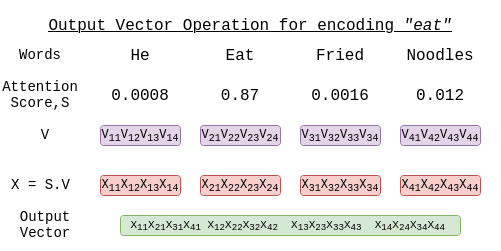
This is assets/images/attention_score.png from devennn/devennn.github.io, a draw.io export, as it was before one commit. Source tidied: cells renumbered, new cells last; positions are measured from the earlier drawing's top-left corner, leaving out a move shared by most shapes. The source it was exported from:
```xml
<mxGraphModel>
  <root>
    <mxCell id="0" />
    <mxCell id="1" parent="0" />
    <mxCell id="2" style="rounded=0;whiteSpace=wrap;html=1;strokeColor=none;" parent="1" vertex="1">
      <mxGeometry width="500" height="250" as="geometry" />
    </mxCell>
    <mxCell id="3" value="&lt;font style=&quot;font-size: 12px&quot; face=&quot;Courier New&quot;&gt;V&lt;sub&gt;11&lt;/sub&gt;&lt;/font&gt;&lt;font style=&quot;font-size: 12px&quot; face=&quot;Courier New&quot;&gt;V&lt;sub&gt;12&lt;/sub&gt;&lt;/font&gt;&lt;font style=&quot;font-size: 12px&quot; face=&quot;Courier New&quot;&gt;V&lt;sub&gt;13&lt;/sub&gt;&lt;/font&gt;&lt;font style=&quot;font-size: 12px&quot; face=&quot;Courier New&quot;&gt;V&lt;sub&gt;14&lt;/sub&gt;&lt;/font&gt;" style="rounded=1;whiteSpace=wrap;html=1;fillColor=#e1d5e7;strokeColor=#9673a6;" parent="1" vertex="1">
      <mxGeometry x="100" y="125" width="80" height="20" as="geometry" />
    </mxCell>
    <mxCell id="4" value="&lt;font style=&quot;font-size: 12px&quot; face=&quot;Courier New&quot;&gt;V&lt;sub&gt;21&lt;/sub&gt;&lt;/font&gt;&lt;font style=&quot;font-size: 12px&quot; face=&quot;Courier New&quot;&gt;V&lt;sub&gt;22&lt;/sub&gt;&lt;/font&gt;&lt;font style=&quot;font-size: 12px&quot; face=&quot;Courier New&quot;&gt;V&lt;sub&gt;23&lt;/sub&gt;&lt;/font&gt;&lt;font style=&quot;font-size: 12px&quot; face=&quot;Courier New&quot;&gt;V&lt;sub&gt;24&lt;/sub&gt;&lt;/font&gt;" style="rounded=1;whiteSpace=wrap;html=1;fillColor=#e1d5e7;strokeColor=#9673a6;" parent="1" vertex="1">
      <mxGeometry x="200" y="125" width="80" height="20" as="geometry" />
    </mxCell>
    <mxCell id="5" value="&lt;font style=&quot;font-size: 12px&quot; face=&quot;Courier New&quot;&gt;V&lt;sub&gt;31&lt;/sub&gt;&lt;/font&gt;&lt;font style=&quot;font-size: 12px&quot; face=&quot;Courier New&quot;&gt;V&lt;sub&gt;32&lt;/sub&gt;&lt;/font&gt;&lt;font style=&quot;font-size: 12px&quot; face=&quot;Courier New&quot;&gt;V&lt;sub&gt;33&lt;/sub&gt;&lt;/font&gt;&lt;font style=&quot;font-size: 12px&quot; face=&quot;Courier New&quot;&gt;V&lt;sub&gt;34&lt;/sub&gt;&lt;/font&gt;" style="rounded=1;whiteSpace=wrap;html=1;fillColor=#e1d5e7;strokeColor=#9673a6;" parent="1" vertex="1">
      <mxGeometry x="300" y="125" width="80" height="20" as="geometry" />
    </mxCell>
    <mxCell id="6" value="&lt;font style=&quot;font-size: 12px&quot; face=&quot;Courier New&quot;&gt;V&lt;sub&gt;41&lt;/sub&gt;&lt;/font&gt;&lt;font style=&quot;font-size: 12px&quot; face=&quot;Courier New&quot;&gt;V&lt;sub&gt;42&lt;/sub&gt;&lt;/font&gt;&lt;font style=&quot;font-size: 12px&quot; face=&quot;Courier New&quot;&gt;V&lt;sub&gt;43&lt;/sub&gt;&lt;/font&gt;&lt;font style=&quot;font-size: 12px&quot; face=&quot;Courier New&quot;&gt;V&lt;sub&gt;44&lt;/sub&gt;&lt;/font&gt;" style="rounded=1;whiteSpace=wrap;html=1;fillColor=#e1d5e7;strokeColor=#9673a6;" parent="1" vertex="1">
      <mxGeometry x="400" y="125" width="80" height="20" as="geometry" />
    </mxCell>
    <mxCell id="7" value="&lt;font style=&quot;font-size: 12px&quot; face=&quot;Courier New&quot;&gt;X&lt;sub&gt;11&lt;/sub&gt;&lt;/font&gt;&lt;font style=&quot;font-size: 12px&quot; face=&quot;Courier New&quot;&gt;X&lt;sub&gt;12&lt;/sub&gt;&lt;/font&gt;&lt;font style=&quot;font-size: 12px&quot; face=&quot;Courier New&quot;&gt;X&lt;sub&gt;13&lt;/sub&gt;&lt;/font&gt;&lt;font style=&quot;font-size: 12px&quot; face=&quot;Courier New&quot;&gt;X&lt;sub&gt;14&lt;/sub&gt;&lt;/font&gt;" style="rounded=1;whiteSpace=wrap;html=1;fillColor=#f8cecc;strokeColor=#b85450;" parent="1" vertex="1">
      <mxGeometry x="100" y="175" width="80" height="20" as="geometry" />
    </mxCell>
    <mxCell id="8" value="&lt;font style=&quot;font-size: 12px&quot; face=&quot;Courier New&quot;&gt;X&lt;sub&gt;21&lt;/sub&gt;&lt;/font&gt;&lt;font style=&quot;font-size: 12px&quot; face=&quot;Courier New&quot;&gt;X&lt;sub&gt;22&lt;/sub&gt;&lt;/font&gt;&lt;font style=&quot;font-size: 12px&quot; face=&quot;Courier New&quot;&gt;X&lt;sub&gt;23&lt;/sub&gt;&lt;/font&gt;&lt;font style=&quot;font-size: 12px&quot; face=&quot;Courier New&quot;&gt;X&lt;sub&gt;24&lt;/sub&gt;&lt;/font&gt;" style="rounded=1;whiteSpace=wrap;html=1;fillColor=#f8cecc;strokeColor=#b85450;" parent="1" vertex="1">
      <mxGeometry x="200" y="175" width="80" height="20" as="geometry" />
    </mxCell>
    <mxCell id="9" value="&lt;font style=&quot;font-size: 12px&quot; face=&quot;Courier New&quot;&gt;X&lt;sub&gt;31&lt;/sub&gt;&lt;/font&gt;&lt;font style=&quot;font-size: 12px&quot; face=&quot;Courier New&quot;&gt;X&lt;sub&gt;32&lt;/sub&gt;&lt;/font&gt;&lt;font style=&quot;font-size: 12px&quot; face=&quot;Courier New&quot;&gt;X&lt;sub&gt;33&lt;/sub&gt;&lt;/font&gt;&lt;font style=&quot;font-size: 12px&quot; face=&quot;Courier New&quot;&gt;X&lt;sub&gt;34&lt;/sub&gt;&lt;/font&gt;" style="rounded=1;whiteSpace=wrap;html=1;fillColor=#f8cecc;strokeColor=#b85450;" parent="1" vertex="1">
      <mxGeometry x="300" y="175" width="80" height="20" as="geometry" />
    </mxCell>
    <mxCell id="10" value="&lt;font style=&quot;font-size: 12px&quot; face=&quot;Courier New&quot;&gt;X&lt;sub&gt;41&lt;/sub&gt;&lt;/font&gt;&lt;font style=&quot;font-size: 12px&quot; face=&quot;Courier New&quot;&gt;X&lt;sub&gt;42&lt;/sub&gt;&lt;/font&gt;&lt;font style=&quot;font-size: 12px&quot; face=&quot;Courier New&quot;&gt;X&lt;sub&gt;43&lt;/sub&gt;&lt;/font&gt;&lt;font style=&quot;font-size: 12px&quot; face=&quot;Courier New&quot;&gt;X&lt;sub&gt;44&lt;/sub&gt;&lt;/font&gt;" style="rounded=1;whiteSpace=wrap;html=1;fillColor=#f8cecc;strokeColor=#b85450;" parent="1" vertex="1">
      <mxGeometry x="400" y="175" width="80" height="20" as="geometry" />
    </mxCell>
    <mxCell id="11" value="&lt;font style=&quot;font-size: 11px&quot; face=&quot;Courier New&quot;&gt;&lt;font style=&quot;font-size: 11px&quot; face=&quot;Courier New&quot;&gt;&lt;font style=&quot;font-size: 11px&quot; face=&quot;Courier New&quot;&gt;&amp;nbsp;&lt;/font&gt;&lt;/font&gt;&lt;/font&gt;&lt;font style=&quot;font-size: 11px&quot; face=&quot;Courier New&quot;&gt;&lt;font style=&quot;font-size: 11px&quot; face=&quot;Courier New&quot;&gt;&lt;font style=&quot;font-size: 11px&quot; face=&quot;Courier New&quot;&gt;&lt;font style=&quot;font-size: 11px&quot; face=&quot;Courier New&quot;&gt;X&lt;sub&gt;11&lt;/sub&gt;&lt;/font&gt;&lt;font style=&quot;font-size: 11px&quot; face=&quot;Courier New&quot;&gt;X&lt;sub&gt;21&lt;/sub&gt;&lt;/font&gt;&lt;font style=&quot;font-size: 11px&quot; face=&quot;Courier New&quot;&gt;X&lt;sub&gt;31&lt;/sub&gt;&lt;/font&gt;&lt;font style=&quot;font-size: 11px&quot; face=&quot;Courier New&quot;&gt;X&lt;sub&gt;41&lt;/sub&gt;&lt;/font&gt; X&lt;sub&gt;12&lt;/sub&gt;&lt;/font&gt;&lt;font style=&quot;font-size: 11px&quot; face=&quot;Courier New&quot;&gt;X&lt;sub&gt;22&lt;/sub&gt;&lt;/font&gt;&lt;font style=&quot;font-size: 11px&quot; face=&quot;Courier New&quot;&gt;X&lt;sub&gt;32&lt;/sub&gt;&lt;/font&gt;&lt;font style=&quot;font-size: 11px&quot; face=&quot;Courier New&quot;&gt;X&lt;sub&gt;42&lt;/sub&gt;&lt;/font&gt;&amp;nbsp; X&lt;sub&gt;13&lt;/sub&gt;&lt;/font&gt;&lt;font style=&quot;font-size: 11px&quot; face=&quot;Courier New&quot;&gt;X&lt;sub&gt;23&lt;/sub&gt;&lt;/font&gt;&lt;font style=&quot;font-size: 11px&quot; face=&quot;Courier New&quot;&gt;X&lt;sub&gt;33&lt;/sub&gt;&lt;/font&gt;&lt;font style=&quot;font-size: 11px&quot; face=&quot;Courier New&quot;&gt;X&lt;sub&gt;43&lt;/sub&gt;&lt;/font&gt;&amp;nbsp; X&lt;sub&gt;14&lt;/sub&gt;&lt;/font&gt;&lt;font style=&quot;font-size: 11px&quot; face=&quot;Courier New&quot;&gt;X&lt;sub&gt;24&lt;/sub&gt;&lt;/font&gt;&lt;font style=&quot;font-size: 11px&quot; face=&quot;Courier New&quot;&gt;X&lt;sub&gt;34&lt;/sub&gt;&lt;/font&gt;&lt;font style=&quot;font-size: 11px&quot; face=&quot;Courier New&quot;&gt;X&lt;sub&gt;44 &amp;nbsp; &lt;br style=&quot;font-size: 11px&quot;&gt;&lt;/sub&gt;&lt;/font&gt;" style="rounded=1;whiteSpace=wrap;html=1;fillColor=#d5e8d4;strokeColor=#82b366;" parent="1" vertex="1">
      <mxGeometry x="120" y="215" width="340" height="20" as="geometry" />
    </mxCell>
    <mxCell id="12" value="&lt;font style=&quot;font-size: 16px&quot; face=&quot;Courier New&quot;&gt;He&lt;/font&gt;" style="text;html=1;strokeColor=none;fillColor=none;align=center;verticalAlign=middle;whiteSpace=wrap;rounded=0;" parent="1" vertex="1">
      <mxGeometry x="120" y="45" width="40" height="20" as="geometry" />
    </mxCell>
    <mxCell id="13" value="&lt;font style=&quot;font-size: 16px&quot; face=&quot;Courier New&quot;&gt;Eat&lt;/font&gt;" style="text;html=1;strokeColor=none;fillColor=none;align=center;verticalAlign=middle;whiteSpace=wrap;rounded=0;" parent="1" vertex="1">
      <mxGeometry x="220" y="45" width="40" height="20" as="geometry" />
    </mxCell>
    <mxCell id="14" value="&lt;font style=&quot;font-size: 16px&quot; face=&quot;Courier New&quot;&gt;Fried&lt;/font&gt;" style="text;html=1;strokeColor=none;fillColor=none;align=center;verticalAlign=middle;whiteSpace=wrap;rounded=0;" parent="1" vertex="1">
      <mxGeometry x="320" y="45" width="40" height="20" as="geometry" />
    </mxCell>
    <mxCell id="15" value="&lt;font style=&quot;font-size: 16px&quot; face=&quot;Courier New&quot;&gt;Noodles&lt;/font&gt;" style="text;html=1;strokeColor=none;fillColor=none;align=center;verticalAlign=middle;whiteSpace=wrap;rounded=0;" parent="1" vertex="1">
      <mxGeometry x="420" y="45" width="40" height="20" as="geometry" />
    </mxCell>
    <mxCell id="16" value="&lt;font style=&quot;font-size: 16px&quot; face=&quot;Courier New&quot;&gt;0.0008&lt;/font&gt;" style="text;html=1;strokeColor=none;fillColor=none;align=center;verticalAlign=middle;whiteSpace=wrap;rounded=0;" parent="1" vertex="1">
      <mxGeometry x="120" y="85" width="40" height="20" as="geometry" />
    </mxCell>
    <mxCell id="17" value="&lt;font style=&quot;font-size: 16px&quot; face=&quot;Courier New&quot;&gt;0.87&lt;/font&gt;" style="text;html=1;strokeColor=none;fillColor=none;align=center;verticalAlign=middle;whiteSpace=wrap;rounded=0;" parent="1" vertex="1">
      <mxGeometry x="220" y="85" width="40" height="20" as="geometry" />
    </mxCell>
    <mxCell id="18" value="&lt;font style=&quot;font-size: 16px&quot; face=&quot;Courier New&quot;&gt;0.0016&lt;/font&gt;" style="text;html=1;strokeColor=none;fillColor=none;align=center;verticalAlign=middle;whiteSpace=wrap;rounded=0;" parent="1" vertex="1">
      <mxGeometry x="320" y="85" width="40" height="20" as="geometry" />
    </mxCell>
    <mxCell id="19" value="&lt;font style=&quot;font-size: 16px&quot; face=&quot;Courier New&quot;&gt;0.012&lt;/font&gt;" style="text;html=1;strokeColor=none;fillColor=none;align=center;verticalAlign=middle;whiteSpace=wrap;rounded=0;" parent="1" vertex="1">
      <mxGeometry x="420" y="85" width="40" height="20" as="geometry" />
    </mxCell>
    <mxCell id="20" value="&lt;font style=&quot;font-size: 14px&quot; face=&quot;Courier New&quot;&gt;Attention Score,S&lt;/font&gt;" style="text;html=1;strokeColor=none;fillColor=none;align=center;verticalAlign=middle;whiteSpace=wrap;rounded=0;" parent="1" vertex="1">
      <mxGeometry x="20" y="85" width="40" height="20" as="geometry" />
    </mxCell>
    <mxCell id="21" value="&lt;font style=&quot;font-size: 14px&quot; face=&quot;Courier New&quot;&gt;Words&lt;/font&gt;" style="text;html=1;strokeColor=none;fillColor=none;align=center;verticalAlign=middle;whiteSpace=wrap;rounded=0;" parent="1" vertex="1">
      <mxGeometry x="20" y="45" width="40" height="20" as="geometry" />
    </mxCell>
    <mxCell id="22" value="&lt;font style=&quot;font-size: 14px&quot; face=&quot;Courier New&quot;&gt;V&lt;/font&gt;" style="text;html=1;strokeColor=none;fillColor=none;align=center;verticalAlign=middle;whiteSpace=wrap;rounded=0;" parent="1" vertex="1">
      <mxGeometry x="25" y="125" width="40" height="20" as="geometry" />
    </mxCell>
    <mxCell id="23" value="&lt;font style=&quot;font-size: 14px&quot; face=&quot;Courier New&quot;&gt;Output Vector&lt;/font&gt;" style="text;html=1;strokeColor=none;fillColor=none;align=center;verticalAlign=middle;whiteSpace=wrap;rounded=0;" parent="1" vertex="1">
      <mxGeometry x="20" y="215" width="50" height="20" as="geometry" />
    </mxCell>
    <mxCell id="24" value="&lt;font style=&quot;font-size: 14px&quot; face=&quot;Courier New&quot;&gt;X = S.V&lt;/font&gt;" style="text;html=1;strokeColor=none;fillColor=none;align=center;verticalAlign=middle;whiteSpace=wrap;rounded=0;" parent="1" vertex="1">
      <mxGeometry x="7.5" y="175" width="65" height="20" as="geometry" />
    </mxCell>
    <mxCell id="25" value="&lt;u&gt;&lt;font style=&quot;font-size: 16px&quot; face=&quot;Courier New&quot;&gt;Output Vector Operation for encoding &lt;i&gt;&quot;eat&quot;&lt;/i&gt;&lt;/font&gt;&lt;/u&gt;" style="text;html=1;strokeColor=none;fillColor=none;align=center;verticalAlign=middle;whiteSpace=wrap;rounded=0;" parent="1" vertex="1">
      <mxGeometry x="35" y="15" width="430" height="20" as="geometry" />
    </mxCell>
  </root>
</mxGraphModel>
```
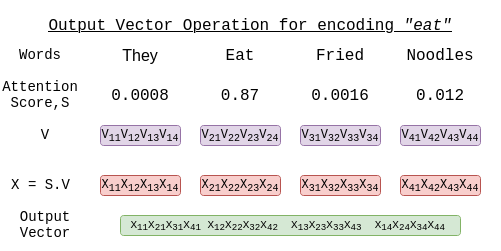
After the change.

What changed in the source:
```diff
@@ -32,7 +32,7 @@
     <mxCell id="11" value="&lt;font style=&quot;font-size: 11px&quot; face=&quot;Courier New&quot;&gt;&lt;font style=&quot;font-size: 11px&quot; face=&quot;Courier New&quot;&gt;&lt;font style=&quot;font-size: 11px&quot; face=&quot;Courier New&quot;&gt;&amp;nbsp;&lt;/font&gt;&lt;/font&gt;&lt;/font&gt;&lt;font style=&quot;font-size: 11px&quot; face=&quot;Courier New&quot;&gt;&lt;font style=&quot;font-size: 11px&quot; face=&quot;Courier New&quot;&gt;&lt;font style=&quot;font-size: 11px&quot; face=&quot;Courier New&quot;&gt;&lt;font style=&quot;font-size: 11px&quot; face=&quot;Courier New&quot;&gt;X&lt;sub&gt;11&lt;/sub&gt;&lt;/font&gt;&lt;font style=&quot;font-size: 11px&quot; face=&quot;Courier New&quot;&gt;X&lt;sub&gt;21&lt;/sub&gt;&lt;/font&gt;&lt;font style=&quot;font-size: 11px&quot; face=&quot;Courier New&quot;&gt;X&lt;sub&gt;31&lt;/sub&gt;&lt;/font&gt;&lt;font style=&quot;font-size: 11px&quot; face=&quot;Courier New&quot;&gt;X&lt;sub&gt;41&lt;/sub&gt;&lt;/font&gt; X&lt;sub&gt;12&lt;/sub&gt;&lt;/font&gt;&lt;font style=&quot;font-size: 11px&quot; face=&quot;Courier New&quot;&gt;X&lt;sub&gt;22&lt;/sub&gt;&lt;/font&gt;&lt;font style=&quot;font-size: 11px&quot; face=&quot;Courier New&quot;&gt;X&lt;sub&gt;32&lt;/sub&gt;&lt;/font&gt;&lt;font style=&quot;font-size: 11px&quot; face=&quot;Courier New&quot;&gt;X&lt;sub&gt;42&lt;/sub&gt;&lt;/font&gt;&amp;nbsp; X&lt;sub&gt;13&lt;/sub&gt;&lt;/font&gt;&lt;font style=&quot;font-size: 11px&quot; face=&quot;Courier New&quot;&gt;X&lt;sub&gt;23&lt;/sub&gt;&lt;/font&gt;&lt;font style=&quot;font-size: 11px&quot; face=&quot;Courier New&quot;&gt;X&lt;sub&gt;33&lt;/sub&gt;&lt;/font&gt;&lt;font style=&quot;font-size: 11px&quot; face=&quot;Courier New&quot;&gt;X&lt;sub&gt;43&lt;/sub&gt;&lt;/font&gt;&amp;nbsp; X&lt;sub&gt;14&lt;/sub&gt;&lt;/font&gt;&lt;font style=&quot;font-size: 11px&quot; face=&quot;Courier New&quot;&gt;X&lt;sub&gt;24&lt;/sub&gt;&lt;/font&gt;&lt;font style=&quot;font-size: 11px&quot; face=&quot;Courier New&quot;&gt;X&lt;sub&gt;34&lt;/sub&gt;&lt;/font&gt;&lt;font style=&quot;font-size: 11px&quot; face=&quot;Courier New&quot;&gt;X&lt;sub&gt;44 &amp;nbsp; &lt;br style=&quot;font-size: 11px&quot;&gt;&lt;/sub&gt;&lt;/font&gt;" style="rounded=1;whiteSpace=wrap;html=1;fillColor=#d5e8d4;strokeColor=#82b366;" parent="1" vertex="1">
       <mxGeometry x="120" y="215" width="340" height="20" as="geometry" />
     </mxCell>
-    <mxCell id="12" value="&lt;font style=&quot;font-size: 16px&quot; face=&quot;Courier New&quot;&gt;He&lt;/font&gt;" style="text;html=1;strokeColor=none;fillColor=none;align=center;verticalAlign=middle;whiteSpace=wrap;rounded=0;" parent="1" vertex="1">
+    <mxCell id="12" value="&lt;font style=&quot;font-size: 16px&quot;&gt;They&lt;/font&gt;" style="text;html=1;strokeColor=none;fillColor=none;align=center;verticalAlign=middle;whiteSpace=wrap;rounded=0;" parent="1" vertex="1">
       <mxGeometry x="120" y="45" width="40" height="20" as="geometry" />
     </mxCell>
     <mxCell id="13" value="&lt;font style=&quot;font-size: 16px&quot; face=&quot;Courier New&quot;&gt;Eat&lt;/font&gt;" style="text;html=1;strokeColor=none;fillColor=none;align=center;verticalAlign=middle;whiteSpace=wrap;rounded=0;" parent="1" vertex="1">
```
